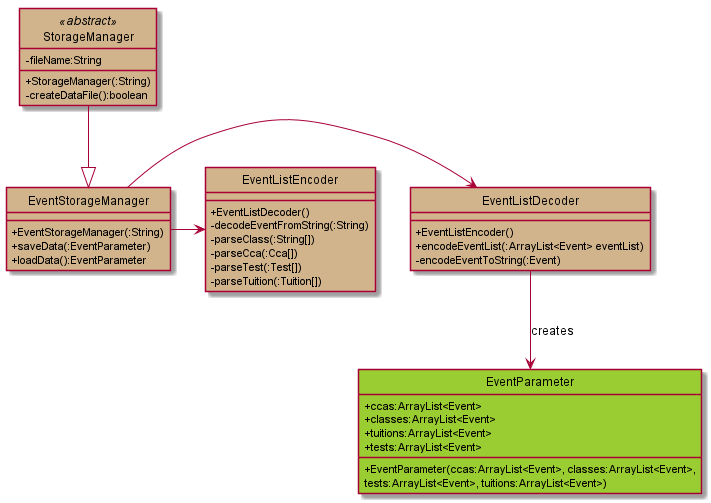
untitle4/tp keeps this PlantUML diagram as docs/diagram/EventStorageManager.png. Above is the earlier version.
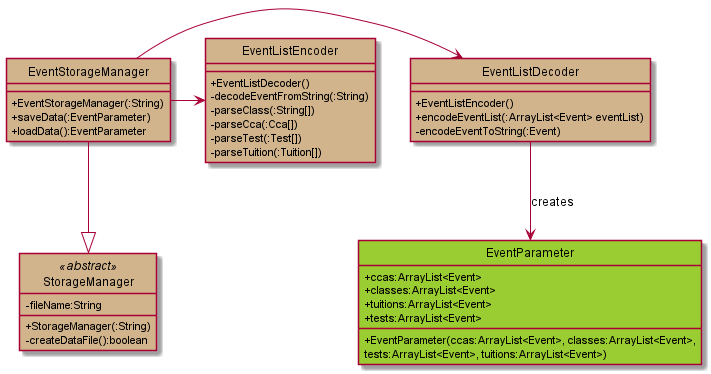
After the change.

Diff of the diagram source:
```diff
@@ -14,7 +14,7 @@
     + loadData():EventParameter
 }
 
-StorageManager --|> EventStorageManager
+EventStorageManager --|> StorageManager
 
 class EventListDecoder #Tan {
     + EventListEncoder()
```
